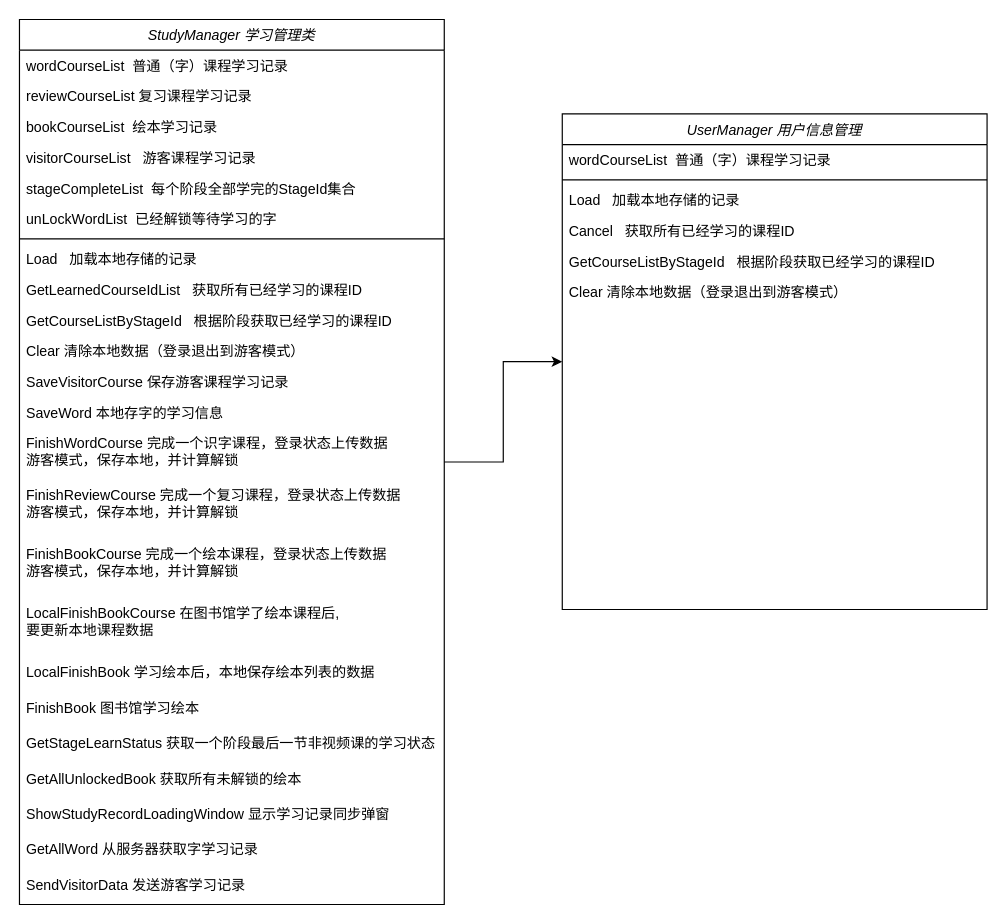
Above: StudyManager.drawio in NicoleXiao/Draw (draw.io), before the change. Source tidied: cells renumbered, new cells numbered last; positions are measured from the earlier drawing's top-left corner, leaving out a move shared by most shapes. Both pictures are drawn from the tidied source at 118%, with x=0, y=0 at pixel (19, 19).
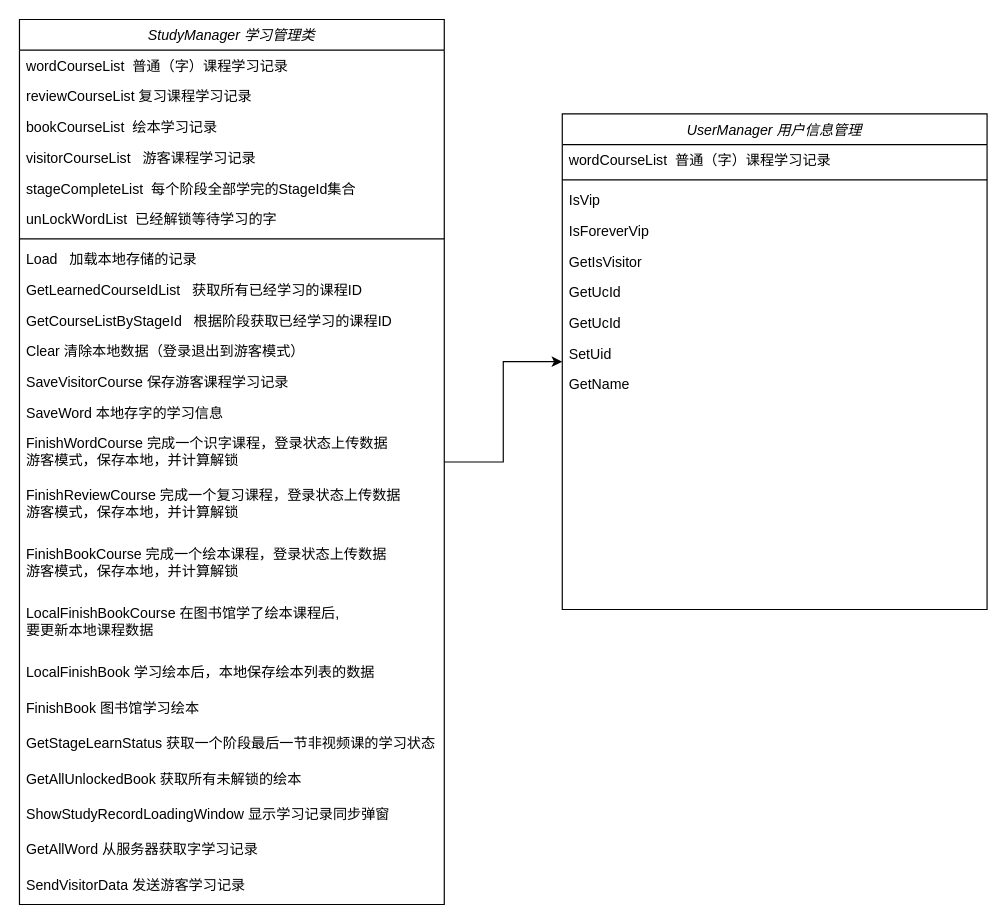
The same page after the edit.

The change refers to these unchanged cells:
```xml
<mxCell id="28" value="UserManager 用户信息管理" style="swimlane;fontStyle=2;align=center;verticalAlign=top;horizontal=1;startSize=26;rounded=0;shadow=0;strokeWidth=1;" parent="1" vertex="1">
  <mxGeometry x="460" y="80" width="360" height="420" as="geometry" />
</mxCell>
```

Change to the diagram source:
```diff
@@
-    <mxCell id="31" value="Load   加载本地存储的记录" style="text;align=left;verticalAlign=top;spacingLeft=4;spacingRight=4;overflow=hidden;" parent="28" vertex="1">
+    <mxCell id="31" value="IsVip" style="text;align=left;verticalAlign=top;spacingLeft=4;spacingRight=4;overflow=hidden;" parent="28" vertex="1">
       <mxGeometry y="60" width="360" height="26" as="geometry" />
     </mxCell>
-    <mxCell id="32" value="Cancel   获取所有已经学习的课程ID" style="text;align=left;verticalAlign=top;spacingLeft=4;spacingRight=4;overflow=hidden;" parent="28" vertex="1">
+    <mxCell id="32" value="IsForeverVip" style="text;align=left;verticalAlign=top;spacingLeft=4;spacingRight=4;overflow=hidden;" parent="28" vertex="1">
       <mxGeometry y="86" width="360" height="26" as="geometry" />
     </mxCell>
-    <mxCell id="33" value="GetCourseListByStageId   根据阶段获取已经学习的课程ID" style="text;align=left;verticalAlign=top;spacingLeft=4;spacingRight=4;overflow=hidden;" parent="28" vertex="1">
+    <mxCell id="33" value="GetIsVisitor" style="text;align=left;verticalAlign=top;spacingLeft=4;spacingRight=4;overflow=hidden;" parent="28" vertex="1">
       <mxGeometry y="112" width="360" height="26" as="geometry" />
     </mxCell>
-    <mxCell id="34" value="Clear 清除本地数据（登录退出到游客模式）" style="text;align=left;verticalAlign=top;spacingLeft=4;spacingRight=4;overflow=hidden;" parent="28" vertex="1">
+    <mxCell id="34" value="GetUcId" style="text;align=left;verticalAlign=top;spacingLeft=4;spacingRight=4;overflow=hidden;" parent="28" vertex="1">
       <mxGeometry y="138" width="360" height="26" as="geometry" />
     </mxCell>
+    <mxCell id="35" value="GetUcId" style="text;align=left;verticalAlign=top;spacingLeft=4;spacingRight=4;overflow=hidden;" parent="28" vertex="1">
+      <mxGeometry y="164" width="360" height="26" as="geometry" />
+    </mxCell>
+    <mxCell id="36" value="SetUid" style="text;align=left;verticalAlign=top;spacingLeft=4;spacingRight=4;overflow=hidden;" parent="28" vertex="1">
+      <mxGeometry y="190" width="360" height="26" as="geometry" />
+    </mxCell>
+    <mxCell id="37" value="GetName" style="text;align=left;verticalAlign=top;spacingLeft=4;spacingRight=4;overflow=hidden;" parent="28" vertex="1">
+      <mxGeometry y="216" width="360" height="26" as="geometry" />
+    </mxCell>
```
